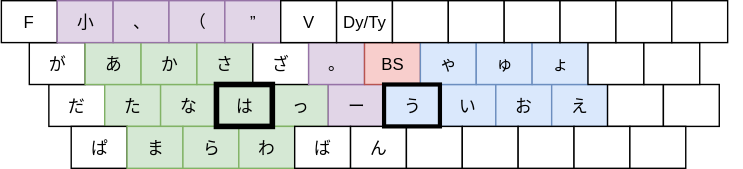
This is layout_image.drawio.svg from funatsufumiya/pc-f-layout, a draw.io export, as it was before one commit. Source tidied: cells renumbered, new cells last; positions are measured from the earlier drawing's top-left corner, leaving out a move shared by most shapes.
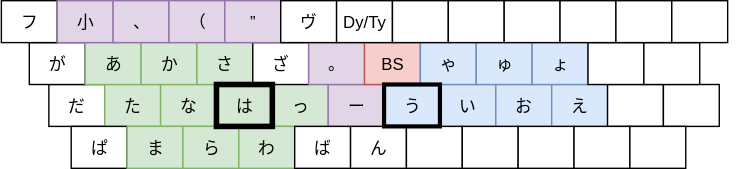
Later version of the same file.

Commit message:
F/Vをフとヴに変更

What changed in the source:
```diff
@@ -116,7 +116,7 @@
     <mxCell id="39" style="group;" parent="38" vertex="1">
       <mxGeometry width="480" height="30" as="geometry" />
     </mxCell>
-    <mxCell id="40" value="F" style="rounded=0;whiteSpace=wrap;html=1;" parent="39" vertex="1">
+    <mxCell id="40" value="フ" style="rounded=0;whiteSpace=wrap;html=1;" parent="39" vertex="1">
       <mxGeometry width="40" height="30" as="geometry" />
     </mxCell>
     <mxCell id="41" value="小" style="rounded=0;whiteSpace=wrap;html=1;fillColor=#e1d5e7;strokeColor=#9673a6;" parent="39" vertex="1">
@@ -131,7 +131,7 @@
     <mxCell id="44" value="”" style="rounded=0;whiteSpace=wrap;html=1;fillColor=#e1d5e7;strokeColor=#9673a6;" parent="39" vertex="1">
       <mxGeometry x="160" width="40" height="30" as="geometry" />
     </mxCell>
-    <mxCell id="45" value="&lt;span style=&quot;white-space: normal&quot;&gt;V&lt;/span&gt;" style="rounded=0;whiteSpace=wrap;html=1;" parent="39" vertex="1">
+    <mxCell id="45" value="&lt;span style=&quot;white-space: normal&quot;&gt;ヴ&lt;/span&gt;" style="rounded=0;whiteSpace=wrap;html=1;" parent="39" vertex="1">
       <mxGeometry x="200" width="40" height="30" as="geometry" />
     </mxCell>
     <mxCell id="46" value="Dy/Ty" style="rounded=0;whiteSpace=wrap;html=1;" parent="39" vertex="1">
```
